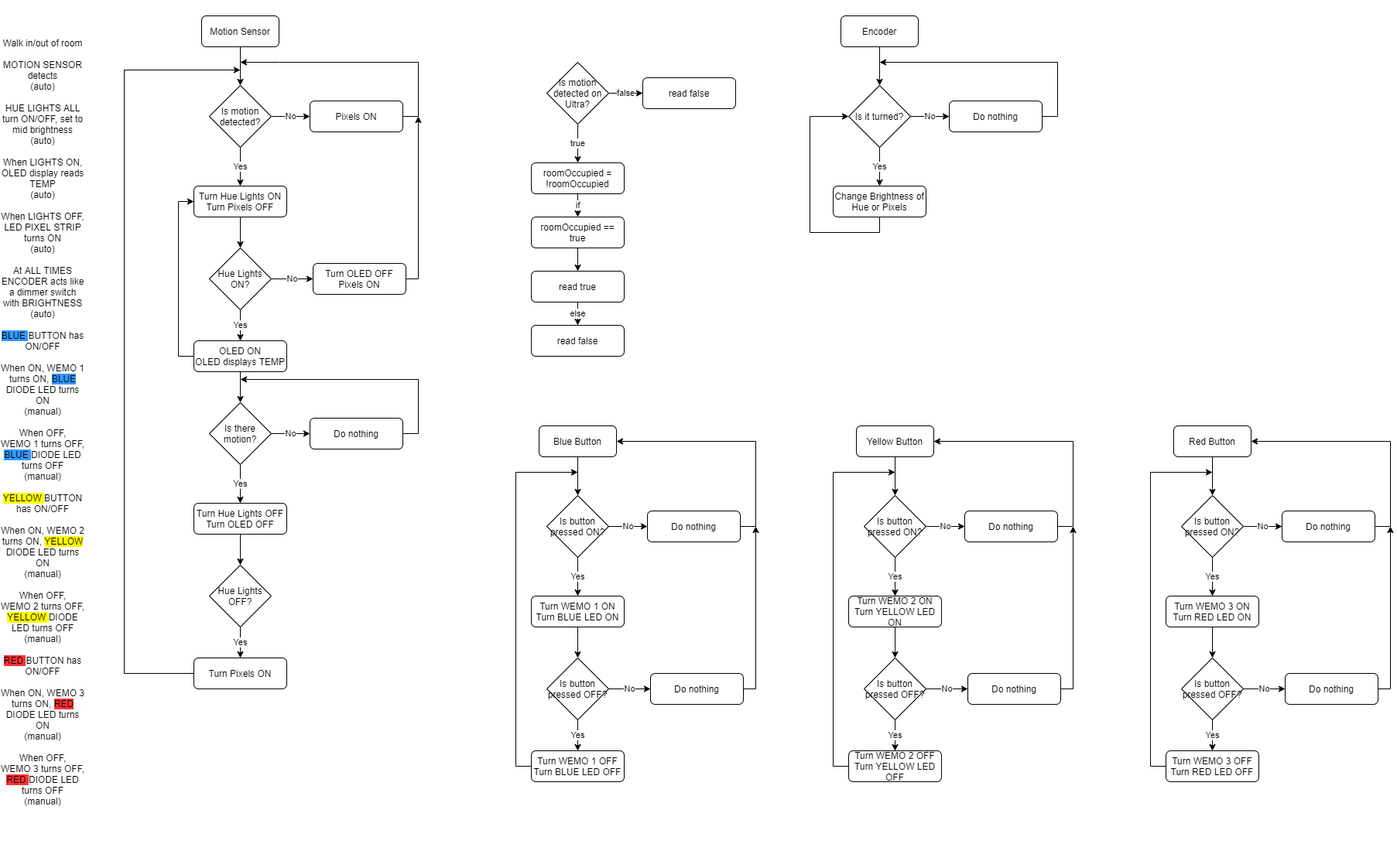
The draw.io diagram Midterm_Project/Midterm Flowcharts.png in JanelSanchez/Smart-Room-Controller, before a commit. Source tidied: cells renumbered, new cells last; positions are measured from the earlier drawing's top-left corner, leaving out a move shared by most shapes.
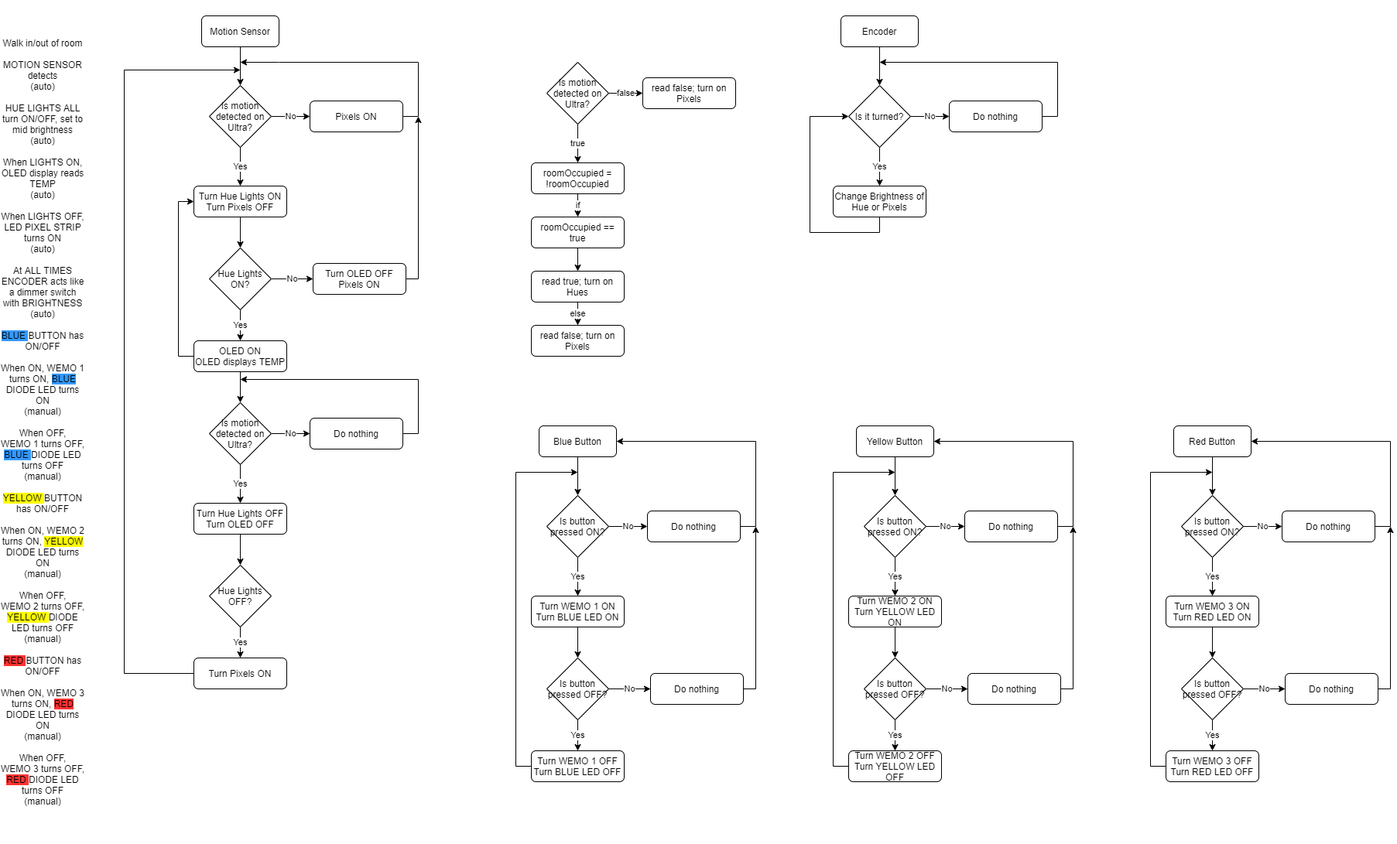
Above is the later version.

Change to the diagram source:
```diff
@@ -26,7 +26,7 @@
     <mxCell id="9" value="Yes" style="edgeStyle=orthogonalEdgeStyle;rounded=0;jettySize=auto;html=1;exitX=0.5;exitY=1;exitDx=0;exitDy=0;entryX=0.5;entryY=0;entryDx=0;entryDy=0;" parent="1" edge="1" source="10" target="14">
       <mxGeometry relative="1" as="geometry" />
     </mxCell>
-    <mxCell id="10" value="Is motion detected?" style="rhombus;whiteSpace=wrap;html=1;" parent="1" vertex="1">
+    <mxCell id="10" value="Is motion detected on Ultra?" style="rhombus;whiteSpace=wrap;html=1;" parent="1" vertex="1">
       <mxGeometry x="270" y="110" width="80" height="80" as="geometry" />
     </mxCell>
     <mxCell id="11" style="edgeStyle=orthogonalEdgeStyle;rounded=0;jettySize=auto;html=1;exitX=1;exitY=0.5;exitDx=0;exitDy=0;" parent="1" edge="1" source="12">
@@ -303,7 +303,7 @@
     <mxCell id="80" value="Yes" style="edgeStyle=orthogonalEdgeStyle;rounded=0;jettySize=auto;html=1;exitX=0.5;exitY=1;exitDx=0;exitDy=0;entryX=0.5;entryY=0;entryDx=0;entryDy=0;" parent="1" edge="1" source="81" target="85">
       <mxGeometry relative="1" as="geometry" />
     </mxCell>
-    <mxCell id="81" value="Is there motion?" style="rhombus;whiteSpace=wrap;html=1;" parent="1" vertex="1">
+    <mxCell id="81" value="Is motion detected on Ultra?" style="rhombus;whiteSpace=wrap;html=1;" parent="1" vertex="1">
       <mxGeometry x="270" y="520" width="80" height="80" as="geometry" />
     </mxCell>
     <mxCell id="82" style="edgeStyle=orthogonalEdgeStyle;rounded=0;jettySize=auto;html=1;exitX=1;exitY=0.5;exitDx=0;exitDy=0;" parent="1" edge="1" source="83">
@@ -342,7 +342,7 @@
     <mxCell id="89" value="Is motion detected on Ultra?" style="rhombus;whiteSpace=wrap;html=1;" parent="1" vertex="1">
       <mxGeometry x="706" y="80" width="80" height="80" as="geometry" />
     </mxCell>
-    <mxCell id="90" value="read false" style="rounded=1;whiteSpace=wrap;html=1;fontSize=12;glass=0;strokeWidth=1;shadow=0;" parent="1" vertex="1">
+    <mxCell id="90" value="read false; turn on Pixels" style="rounded=1;whiteSpace=wrap;html=1;fontSize=12;glass=0;strokeWidth=1;shadow=0;" parent="1" vertex="1">
       <mxGeometry x="830" y="100" width="120" height="40" as="geometry" />
     </mxCell>
     <mxCell id="91" value="true" style="edgeStyle=orthogonalEdgeStyle;rounded=0;jettySize=auto;html=1;exitX=0.5;exitY=1;exitDx=0;exitDy=0;entryX=0.5;entryY=0;entryDx=0;entryDy=0;" parent="1" edge="1" target="93">
@@ -365,10 +365,10 @@
     <mxCell id="96" value="else" style="edgeStyle=orthogonalEdgeStyle;rounded=0;jettySize=auto;html=1;exitX=0.5;exitY=1;exitDx=0;exitDy=0;entryX=0.5;entryY=0;entryDx=0;entryDy=0;" parent="1" edge="1" source="97" target="98">
       <mxGeometry relative="1" as="geometry" />
     </mxCell>
-    <mxCell id="97" value="read true" style="rounded=1;whiteSpace=wrap;html=1;fontSize=12;glass=0;strokeWidth=1;shadow=0;" parent="1" vertex="1">
+    <mxCell id="97" value="read true; turn on Hues" style="rounded=1;whiteSpace=wrap;html=1;fontSize=12;glass=0;strokeWidth=1;shadow=0;" parent="1" vertex="1">
       <mxGeometry x="686" y="350" width="120" height="40" as="geometry" />
     </mxCell>
-    <mxCell id="98" value="read false" style="rounded=1;whiteSpace=wrap;html=1;fontSize=12;glass=0;strokeWidth=1;shadow=0;" parent="1" vertex="1">
+    <mxCell id="98" value="read false; turn on Pixels" style="rounded=1;whiteSpace=wrap;html=1;fontSize=12;glass=0;strokeWidth=1;shadow=0;" parent="1" vertex="1">
       <mxGeometry x="686" y="420" width="120" height="40" as="geometry" />
     </mxCell>
   </root>
```
